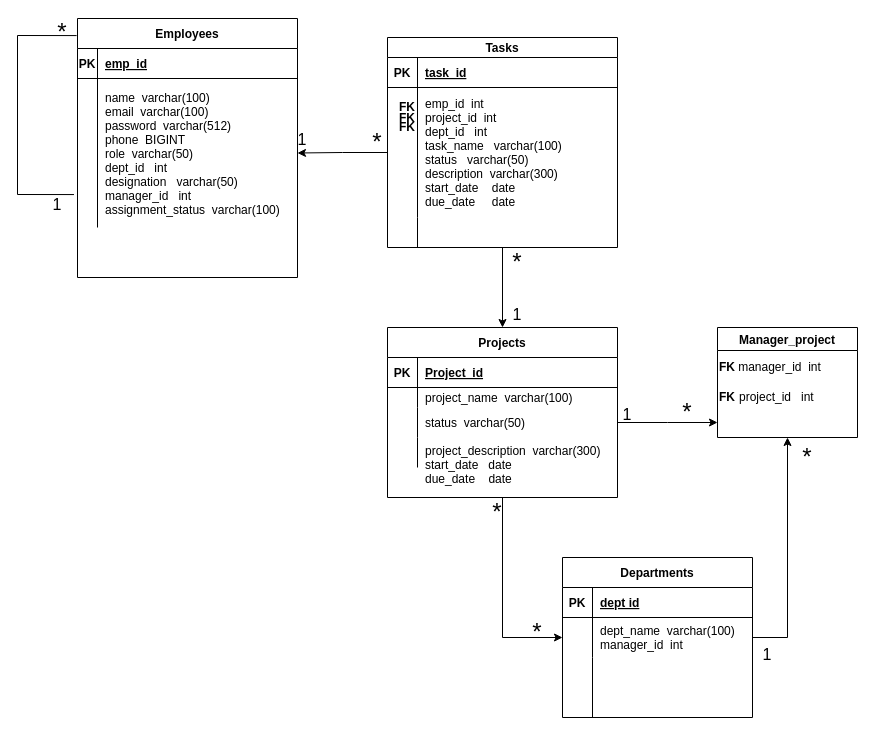
This is page "ER" (2 of 2) of ETMS_complete.drawio from Hks1998/ETMS_Project, a draw.io file, before an edit. Source tidied: cells renumbered, new cells numbered last; positions are measured from the earlier drawing's top-left corner, leaving out a move shared by most shapes. Both pictures are drawn from the tidied source at 100%, with x=0, y=0 at pixel (17, 17).
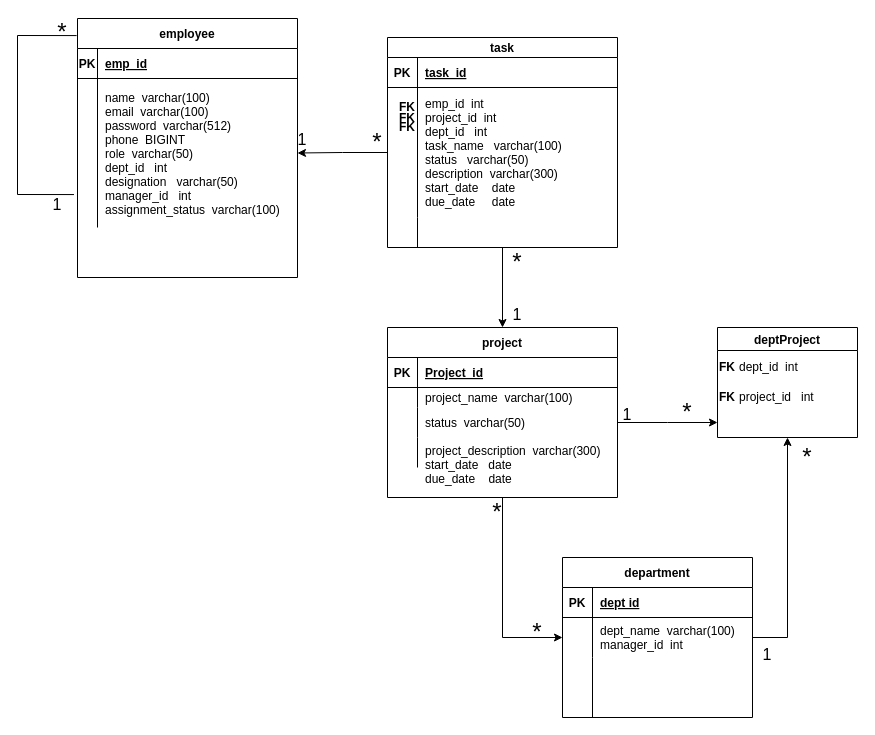
The same page after the edit.

Commit message:
deptProject table change

What changed in the source:
```diff
@@
-    <mxCell id="3" value="Tasks" style="shape=table;startSize=20;childLayout=tableLayout;rowLines=0;fontStyle=1;align=center;" parent="1" vertex="1">
+    <mxCell id="3" value="task" style="shape=table;startSize=20;childLayout=tableLayout;rowLines=0;fontStyle=1;align=center;" parent="1" vertex="1">
       <mxGeometry x="370" y="20" width="230" height="210" as="geometry" />
     </mxCell>
@@
-    <mxCell id="13" value="Departments" style="shape=table;startSize=30;childLayout=tableLayout;rowLines=0;fontStyle=1;align=center;" parent="1" vertex="1">
+    <mxCell id="13" value="department" style="shape=table;startSize=30;childLayout=tableLayout;rowLines=0;fontStyle=1;align=center;" parent="1" vertex="1">
       <mxGeometry x="545" y="540" width="190" height="160" as="geometry" />
     </mxCell>
@@
-    <mxCell id="23" value="Employees" style="shape=table;startSize=30;childLayout=tableLayout;rowLines=0;fontStyle=1;align=center;" parent="1" vertex="1">
+    <mxCell id="23" value="employee" style="shape=table;startSize=30;childLayout=tableLayout;rowLines=0;fontStyle=1;align=center;" parent="1" vertex="1">
       <mxGeometry x="60" y="1" width="220" height="259" as="geometry" />
     </mxCell>
@@
-    <mxCell id="32" value="Projects" style="shape=table;startSize=30;childLayout=tableLayout;rowLines=0;fontStyle=1;align=center;" parent="1" vertex="1">
+    <mxCell id="32" value="project" style="shape=table;startSize=30;childLayout=tableLayout;rowLines=0;fontStyle=1;align=center;" parent="1" vertex="1">
       <mxGeometry x="370" y="310" width="230" height="170" as="geometry" />
     </mxCell>
@@
-    <mxCell id="46" value="Manager_project" style="swimlane;" parent="1" vertex="1">
+    <mxCell id="46" value="deptProject" style="swimlane;" parent="1" vertex="1">
       <mxGeometry x="700" y="310" width="140" height="110" as="geometry" />
     </mxCell>
-    <mxCell id="47" value="manager_id&amp;nbsp; int" style="text;html=1;strokeColor=none;fillColor=none;align=center;verticalAlign=middle;whiteSpace=wrap;rounded=0;" parent="46" vertex="1">
-      <mxGeometry x="15" y="30" width="95" height="20" as="geometry" />
+    <mxCell id="47" value="dept_id&amp;nbsp; int" style="text;html=1;strokeColor=none;fillColor=none;align=left;verticalAlign=middle;whiteSpace=wrap;rounded=0;" parent="46" vertex="1">
+      <mxGeometry x="20" y="30" width="95" height="20" as="geometry" />
     </mxCell>
```
